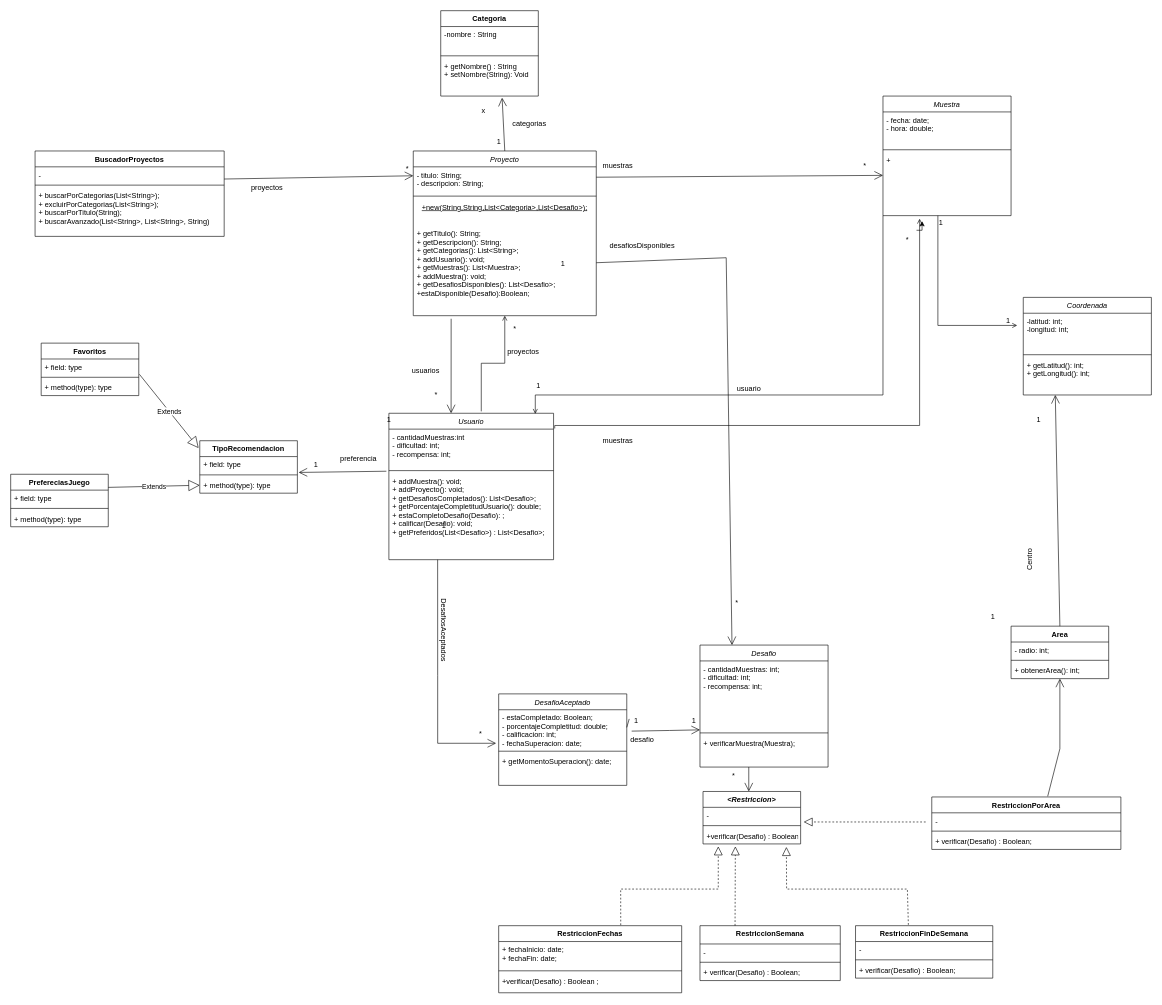
Above: Diagrama tp.drawio in EliasBaron/unqui-po2-tpFinal (draw.io), before the change. Source tidied: cells renumbered, new cells numbered last; positions are measured from the earlier drawing's top-left corner, leaving out a move shared by most shapes. Both pictures are drawn from the tidied source at 61%, with x=0, y=0 at pixel (10, 10).
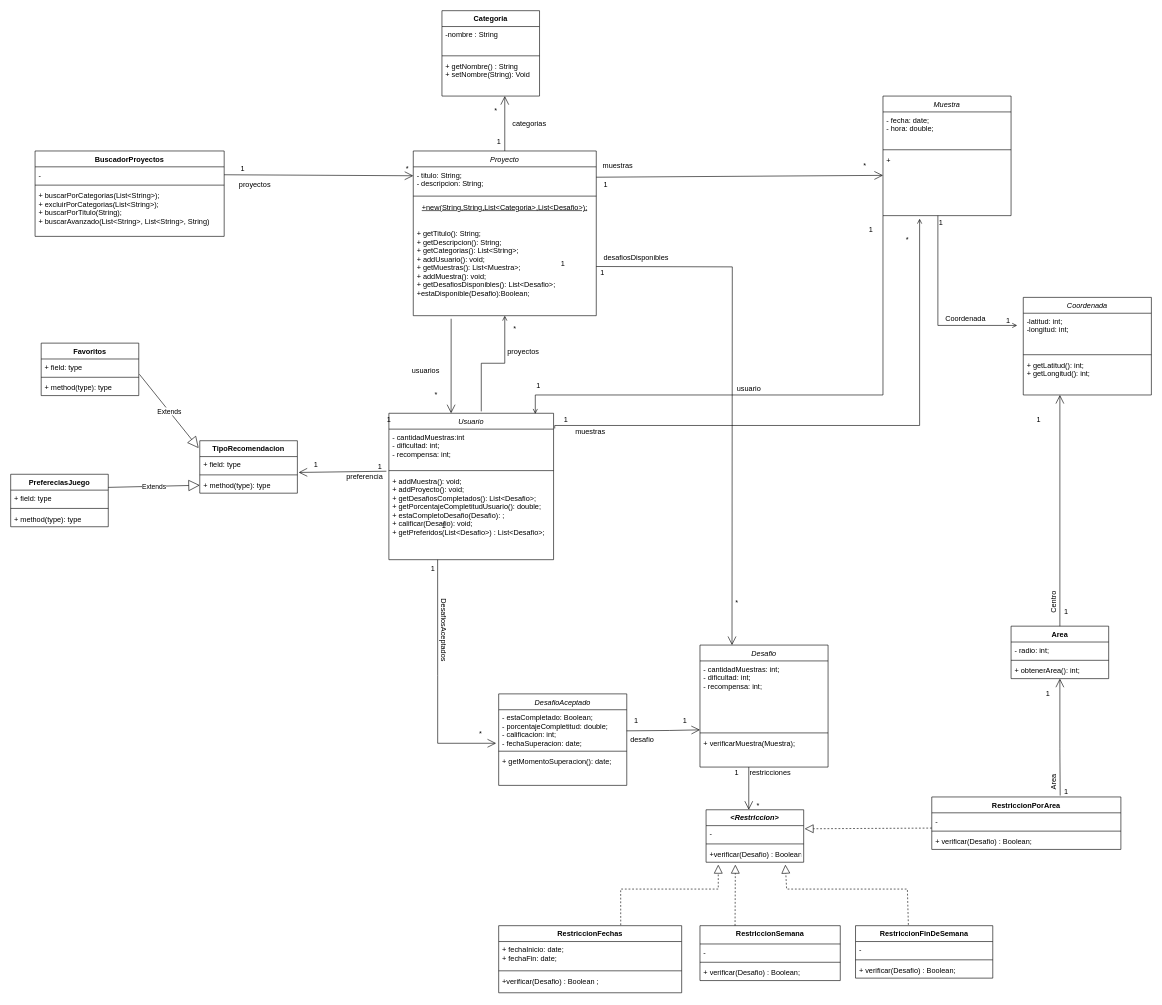
The same diagram, later.

The change refers to these unchanged cells:
```xml
<mxCell id="2" value="Proyecto" style="swimlane;fontStyle=2;align=center;verticalAlign=top;horizontal=1;startSize=26;rounded=0;shadow=0;strokeWidth=1;" parent="1" vertex="1">
  <mxGeometry x="660" y="230" width="300" height="270" as="geometry" />
</mxCell>
<mxCell id="3" value="- titulo: String;&#10;- descripcion: String;" style="text;align=left;verticalAlign=top;spacingLeft=4;spacingRight=4;overflow=hidden;points=[[0,0.5],[1,0.5]];portConstraint=eastwest;" parent="2" vertex="1">
  <mxGeometry y="26" width="300" height="44" as="geometry" />
</mxCell>
<mxCell id="6" value="&#10;+ getTitulo(): String;&#10;+ getDescripcion(): String;&#10;+ getCategorias(): List&lt;String&gt;;&#10;+ addUsuario(): void;&#10;+ getMuestras(): List&lt;Muestra&gt;;&#10;+ addMuestra(): void;&#10;+ getDesafiosDisponibles(): List&lt;Desafio&gt;;&#10;+estaDisponible(Desafio):Boolean;" style="text;align=left;verticalAlign=top;spacingLeft=4;spacingRight=4;overflow=hidden;points=[[0,0.5],[1,0.5]];portConstraint=eastwest;" parent="2" vertex="1">
  <mxGeometry y="108" width="300" height="162" as="geometry" />
</mxCell>
<mxCell id="10" value="+" style="text;align=left;verticalAlign=top;spacingLeft=4;spacingRight=4;overflow=hidden;points=[[0,0.5],[1,0.5]];portConstraint=eastwest;" parent="7" vertex="1">
  <mxGeometry y="92" width="210" height="104" as="geometry" />
</mxCell>
<mxCell id="15" value="Desafio" style="swimlane;fontStyle=2;align=center;verticalAlign=top;horizontal=1;startSize=26;rounded=0;shadow=0;strokeWidth=1;" parent="1" vertex="1">
  <mxGeometry x="1130" y="1040" width="210" height="200" as="geometry" />
</mxCell>
<mxCell id="16" value="- cantidadMuestras: int;&#10;- dificultad: int;&#10;- recompensa: int;" style="text;align=left;verticalAlign=top;spacingLeft=4;spacingRight=4;overflow=hidden;points=[[0,0.5],[1,0.5]];portConstraint=eastwest;" parent="15" vertex="1">
  <mxGeometry y="26" width="210" height="114" as="geometry" />
</mxCell>
<mxCell id="25" value="Coordenada" style="swimlane;fontStyle=2;align=center;verticalAlign=top;horizontal=1;startSize=26;rounded=0;shadow=0;strokeWidth=1;" parent="1" vertex="1">
  <mxGeometry x="1660" y="470" width="210" height="160" as="geometry" />
</mxCell>
<mxCell id="33" value="- estaCompletado: Boolean;&#10;- porcentajeCompletitud: double;&#10;- calificacion: int;&#10;- fechaSuperacion: date;" style="text;align=left;verticalAlign=top;spacingLeft=4;spacingRight=4;overflow=hidden;points=[[0,0.5],[1,0.5]];portConstraint=eastwest;" parent="32" vertex="1">
  <mxGeometry y="26" width="210" height="64" as="geometry" />
</mxCell>
<mxCell id="47" value="desafio" style="text;html=1;align=center;verticalAlign=middle;points=[];strokeColor=none;fillColor=none;" parent="1" vertex="1">
  <mxGeometry x="1005" y="1180" width="60" height="30" as="geometry" />
</mxCell>
<mxCell id="48" value="Area" style="swimlane;fontStyle=1;align=center;verticalAlign=top;horizontal=1;startSize=26;" parent="1" vertex="1">
  <mxGeometry x="1640" y="1009" width="160" height="86" as="geometry" />
</mxCell>
<mxCell id="56" value="RestriccionFechas" style="swimlane;fontStyle=1;align=center;verticalAlign=top;horizontal=1;startSize=26;" parent="1" vertex="1">
  <mxGeometry x="800" y="1500" width="300" height="110" as="geometry" />
</mxCell>
<mxCell id="62" value="-" style="text;strokeColor=none;fillColor=none;align=left;verticalAlign=top;spacingLeft=4;spacingRight=4;overflow=hidden;points=[[0,0.5],[1,0.5]];portConstraint=eastwest;" parent="61" vertex="1">
  <mxGeometry y="26" width="310" height="26" as="geometry" />
</mxCell>
<mxCell id="89" value="+ getNombre() : String&#10;+ setNombre(String): Void" style="text;strokeColor=none;fillColor=none;align=left;verticalAlign=top;spacingLeft=4;spacingRight=4;overflow=hidden;points=[[0,0.5],[1,0.5]];portConstraint=eastwest;" parent="86" vertex="1">
  <mxGeometry y="78" width="160" height="62" as="geometry" />
</mxCell>
<mxCell id="95" value="-" style="text;strokeColor=none;fillColor=none;align=left;verticalAlign=top;spacingLeft=4;spacingRight=4;overflow=hidden;points=[[0,0.5],[1,0.5]];portConstraint=eastwest;" parent="94" vertex="1">
  <mxGeometry y="26" width="160" height="26" as="geometry" />
</mxCell>
<mxCell id="97" value="+verificar(Desafio) : Boolean;" style="text;strokeColor=none;fillColor=none;align=left;verticalAlign=top;spacingLeft=4;spacingRight=4;overflow=hidden;points=[[0,0.5],[1,0.5]];portConstraint=eastwest;" parent="94" vertex="1">
  <mxGeometry y="60" width="160" height="26" as="geometry" />
</mxCell>
<mxCell id="100" value="RestriccionPorArea" style="swimlane;fontStyle=1;align=center;verticalAlign=top;horizontal=1;startSize=26;" parent="1" vertex="1">
  <mxGeometry x="1510" y="1289" width="310" height="86" as="geometry" />
</mxCell>
<mxCell id="104" value="RestriccionSemana" style="swimlane;fontStyle=1;align=center;verticalAlign=top;horizontal=1;startSize=30;" parent="1" vertex="1">
  <mxGeometry x="1130" y="1500" width="230" height="90" as="geometry" />
</mxCell>
<mxCell id="109" value="RestriccionFinDeSemana" style="swimlane;fontStyle=1;align=center;verticalAlign=top;horizontal=1;startSize=26;" parent="1" vertex="1">
  <mxGeometry x="1385" y="1500" width="225" height="86" as="geometry" />
</mxCell>
<mxCell id="121" value="1" style="text;html=1;align=center;verticalAlign=middle;points=[];strokeColor=none;fillColor=none;" parent="1" vertex="1">
  <mxGeometry x="1010" y="1150" width="30" height="30" as="geometry" />
</mxCell>
<mxCell id="126" value="*" style="text;html=1;strokeColor=none;fillColor=none;align=center;verticalAlign=middle;whiteSpace=wrap;rounded=0;" parent="1" vertex="1">
  <mxGeometry x="1440" y="360" width="60" height="30" as="geometry" />
</mxCell>
```

The edit, as a diff of the source:
```diff
@@
-    <mxCell id="40" style="endArrow=open;endFill=1;endSize=12;html=1;rounded=0;exitX=0.217;exitY=0.035;exitDx=0;exitDy=0;exitPerimeter=0;entryX=0;entryY=0.991;entryDx=0;entryDy=0;entryPerimeter=0;startArrow=none;" parent="1" edge="1" source="47" target="16">
+    <mxCell id="40" style="endArrow=open;endFill=1;endSize=12;html=1;rounded=0;exitX=-0.007;exitY=1.02;exitDx=0;exitDy=0;exitPerimeter=0;entryX=0;entryY=0.991;entryDx=0;entryDy=0;entryPerimeter=0;startArrow=none;" parent="1" edge="1" source="121" target="16">
       <mxGeometry relative="1" as="geometry">
         <Array as="points">
           <mxPoint x="1080" y="1180" />
         </Array>
       </mxGeometry>
     </mxCell>
     <mxCell id="41" value="1" style="text;html=1;align=center;verticalAlign=middle;strokeColor=none;fillColor=none;" parent="1" vertex="1">
-      <mxGeometry x="1105" y="1150" width="30" height="30" as="geometry" />
+      <mxGeometry x="1090" y="1150" width="30" height="30" as="geometry" />
     </mxCell>
@@
     <mxCell id="44" value="muestras" style="text;html=1;align=center;verticalAlign=middle;strokeColor=none;fillColor=none;" parent="1" vertex="1">
-      <mxGeometry x="960" y="690" width="70" height="30" as="geometry" />
+      <mxGeometry x="915" y="675" width="70" height="30" as="geometry" />
     </mxCell>
@@
-    <mxCell id="52" style="endArrow=open;endFill=1;endSize=12;html=1;rounded=0;entryX=0.25;entryY=1;entryDx=0;entryDy=0;exitX=0.5;exitY=0;exitDx=0;exitDy=0;" parent="1" edge="1" source="48" target="25">
-      <mxGeometry relative="1" as="geometry" />
+    <mxCell id="52" style="endArrow=open;endFill=1;endSize=12;html=1;rounded=0;exitX=0.5;exitY=0;exitDx=0;exitDy=0;" parent="1" edge="1" source="48">
+      <mxGeometry relative="1" as="geometry">
+        <mxPoint x="1720" y="630" as="targetPoint" />
+      </mxGeometry>
     </mxCell>
     <mxCell id="53" value="1" style="text;html=1;align=center;verticalAlign=middle;strokeColor=none;fillColor=none;" parent="1" vertex="1">
-      <mxGeometry x="1595" y="979" width="30" height="30" as="geometry" />
+      <mxGeometry x="1715" y="970" width="30" height="30" as="geometry" />
     </mxCell>
@@
     <mxCell id="55" value="Centro" style="text;html=1;align=center;verticalAlign=middle;strokeColor=none;fillColor=none;rotation=270;" parent="1" vertex="1">
-      <mxGeometry x="1640" y="885" width="60" height="30" as="geometry" />
+      <mxGeometry x="1680" y="955" width="60" height="30" as="geometry" />
     </mxCell>
@@
     <mxCell id="60" value="*" style="text;html=1;align=center;verticalAlign=middle;strokeColor=none;fillColor=none;" parent="1" vertex="1">
-      <mxGeometry x="1170" y="1240" width="30" height="30" as="geometry" />
+      <mxGeometry x="1210" y="1289" width="30" height="30" as="geometry" />
     </mxCell>
@@
-    <mxCell id="65" style="endArrow=open;endFill=1;endSize=12;html=1;rounded=0;entryX=0;entryY=0.333;entryDx=0;entryDy=0;entryPerimeter=0;exitX=1;exitY=0.769;exitDx=0;exitDy=0;exitPerimeter=0;" parent="1" edge="1" source="62" target="3">
+    <mxCell id="65" style="endArrow=open;endFill=1;endSize=12;html=1;rounded=0;entryX=0;entryY=0.333;entryDx=0;entryDy=0;entryPerimeter=0;exitX=1;exitY=0.5;exitDx=0;exitDy=0;" parent="1" edge="1" source="62" target="3">
       <mxGeometry relative="1" as="geometry" />
     </mxCell>
@@
     <mxCell id="67" value="proyectos" style="text;html=1;align=center;verticalAlign=middle;strokeColor=none;fillColor=none;" parent="1" vertex="1">
-      <mxGeometry x="380" y="275" width="80" height="30" as="geometry" />
+      <mxGeometry x="360" y="270" width="80" height="30" as="geometry" />
     </mxCell>
@@
     <mxCell id="85" value="preferencia" style="text;html=1;align=center;verticalAlign=middle;strokeColor=none;fillColor=none;" parent="1" vertex="1">
-      <mxGeometry x="530" y="720" width="80" height="30" as="geometry" />
+      <mxGeometry x="540" y="750" width="80" height="30" as="geometry" />
     </mxCell>
     <mxCell id="86" value="Categoria" style="swimlane;fontStyle=1;align=center;verticalAlign=top;horizontal=1;startSize=26;" parent="1" vertex="1">
-      <mxGeometry x="705" width="160" height="140" as="geometry" />
+      <mxGeometry x="707" width="160" height="140" as="geometry" />
     </mxCell>
@@
-    <mxCell id="90" style="endArrow=open;endFill=1;endSize=12;html=1;rounded=0;exitX=0.5;exitY=0;exitDx=0;exitDy=0;entryX=0.629;entryY=1.043;entryDx=0;entryDy=0;entryPerimeter=0;" parent="1" edge="1" source="2" target="89">
-      <mxGeometry relative="1" as="geometry" />
+    <mxCell id="90" style="endArrow=open;endFill=1;endSize=12;html=1;rounded=0;exitX=0.5;exitY=0;exitDx=0;exitDy=0;" parent="1" edge="1" source="2">
+      <mxGeometry relative="1" as="geometry">
+        <mxPoint x="810" y="140" as="targetPoint" />
+      </mxGeometry>
     </mxCell>
-    <mxCell id="91" value="x" style="text;html=1;align=center;verticalAlign=middle;strokeColor=none;fillColor=none;" parent="1" vertex="1">
-      <mxGeometry x="760" y="150" width="30" height="30" as="geometry" />
+    <mxCell id="91" value="*" style="text;html=1;align=center;verticalAlign=middle;strokeColor=none;fillColor=none;" parent="1" vertex="1">
+      <mxGeometry x="780" y="150" width="30" height="30" as="geometry" />
     </mxCell>
@@
     <mxCell id="94" value="&lt;Restriccion&gt;" style="swimlane;fontStyle=3;align=center;verticalAlign=top;horizontal=1;startSize=26;" parent="1" vertex="1">
-      <mxGeometry x="1135" y="1280" width="160" height="86" as="geometry" />
+      <mxGeometry x="1140" y="1310" width="160" height="86" as="geometry" />
     </mxCell>
@@
     <mxCell id="98" style="endArrow=block;dashed=1;endFill=0;endSize=12;html=1;rounded=0;exitX=0.667;exitY=-0.008;exitDx=0;exitDy=0;exitPerimeter=0;" parent="1" edge="1" source="56">
       <mxGeometry relative="1" as="geometry">
-        <mxPoint x="1160" y="1370" as="targetPoint" />
+        <mxPoint x="1160" y="1400" as="targetPoint" />
         <Array as="points">
           <mxPoint x="1000" y="1440" />
           <mxPoint x="1160" y="1440" />
+          <mxPoint x="1160" y="1400" />
         </Array>
       </mxGeometry>
     </mxCell>
     <mxCell id="99" style="endArrow=open;endFill=1;endSize=12;html=1;rounded=0;" parent="1" edge="1">
       <mxGeometry relative="1" as="geometry">
         <mxPoint x="1210" y="1240" as="sourcePoint" />
-        <mxPoint x="1210" y="1280" as="targetPoint" />
+        <mxPoint x="1210" y="1310" as="targetPoint" />
       </mxGeometry>
     </mxCell>
@@
     <mxCell id="108" style="endArrow=block;dashed=1;endFill=0;endSize=12;html=1;rounded=0;exitX=0.25;exitY=0;exitDx=0;exitDy=0;" parent="1" edge="1" source="104">
       <mxGeometry relative="1" as="geometry">
-        <mxPoint x="1188" y="1370" as="targetPoint" />
+        <mxPoint x="1188" y="1400" as="targetPoint" />
       </mxGeometry>
     </mxCell>
@@
-    <mxCell id="113" style="endArrow=block;dashed=1;endFill=0;endSize=12;html=1;rounded=0;entryX=0.854;entryY=1.192;entryDx=0;entryDy=0;entryPerimeter=0;exitX=0.385;exitY=-0.016;exitDx=0;exitDy=0;exitPerimeter=0;" parent="1" edge="1" source="109" target="97">
+    <mxCell id="113" style="endArrow=block;dashed=1;endFill=0;endSize=12;html=1;rounded=0;exitX=0.385;exitY=-0.016;exitDx=0;exitDy=0;exitPerimeter=0;" parent="1" edge="1" source="109">
       <mxGeometry relative="1" as="geometry">
+        <mxPoint x="1270" y="1400" as="targetPoint" />
         <Array as="points">
           <mxPoint x="1470" y="1440" />
           <mxPoint x="1272" y="1440" />
         </Array>
       </mxGeometry>
     </mxCell>
-    <mxCell id="114" style="endArrow=block;dashed=1;endFill=0;endSize=12;html=1;rounded=0;" parent="1" edge="1">
+    <mxCell id="114" style="endArrow=block;dashed=1;endFill=0;endSize=12;html=1;rounded=0;entryX=1.01;entryY=0.199;entryDx=0;entryDy=0;entryPerimeter=0;" parent="1" edge="1" target="95">
       <mxGeometry relative="1" as="geometry">
-        <mxPoint x="1500" y="1330" as="sourcePoint" />
-        <mxPoint x="1300" y="1330" as="targetPoint" />
+        <mxPoint x="1510" y="1340" as="sourcePoint" />
       </mxGeometry>
     </mxCell>
-    <mxCell id="115" style="endArrow=open;endFill=1;endSize=12;html=1;rounded=0;entryX=0.5;entryY=1;entryDx=0;entryDy=0;exitX=0.613;exitY=-0.012;exitDx=0;exitDy=0;exitPerimeter=0;" parent="1" edge="1" source="100" target="48">
+    <mxCell id="115" style="endArrow=open;endFill=1;endSize=12;html=1;rounded=0;entryX=0.5;entryY=1;entryDx=0;entryDy=0;exitX=0.679;exitY=-0.027;exitDx=0;exitDy=0;exitPerimeter=0;" parent="1" edge="1" source="100" target="48">
       <mxGeometry relative="1" as="geometry">
         <Array as="points">
           <mxPoint x="1720" y="1210" />
         </Array>
       </mxGeometry>
     </mxCell>
     <mxCell id="116" style="endArrow=open;endFill=1;endSize=12;html=1;rounded=0;entryX=0.25;entryY=0;entryDx=0;entryDy=0;" parent="1" edge="1" source="6" target="15">
       <mxGeometry relative="1" as="geometry">
         <Array as="points">
-          <mxPoint x="1173" y="405" />
+          <mxPoint x="1183" y="420" />
         </Array>
       </mxGeometry>
     </mxCell>
@@
     <mxCell id="119" value="desafiosDisponibles" style="text;html=1;align=center;verticalAlign=middle;strokeColor=none;fillColor=none;" parent="1" vertex="1">
-      <mxGeometry x="970" y="370" width="130" height="30" as="geometry" />
+      <mxGeometry x="960" y="390" width="130" height="30" as="geometry" />
     </mxCell>
@@
-    <mxCell id="122" style="endArrow=none;endFill=1;endSize=12;html=1;rounded=0;exitX=1.019;exitY=0.235;exitDx=0;exitDy=0;exitPerimeter=0;entryX=0;entryY=0.833;entryDx=0;entryDy=0;entryPerimeter=0;" parent="1" edge="1" source="33" target="121">
-      <mxGeometry relative="1" as="geometry" />
-    </mxCell>
@@
-    <mxCell id="125" style="edgeStyle=orthogonalEdgeStyle;rounded=0;jettySize=auto;html=1;exitX=0.75;exitY=0;exitDx=0;exitDy=0;entryX=0.305;entryY=1.087;entryDx=0;entryDy=0;entryPerimeter=0;" parent="1" edge="1" source="126" target="10">
-      <mxGeometry relative="1" as="geometry" />
-    </mxCell>
@@
+    <mxCell id="127" value="1" style="text;html=1;align=center;verticalAlign=middle;strokeColor=none;fillColor=none;" parent="1" vertex="1">
+      <mxGeometry x="955" y="415" width="30" height="30" as="geometry" />
+    </mxCell>
+    <mxCell id="128" value="1" style="text;html=1;align=center;verticalAlign=middle;strokeColor=none;fillColor=none;" parent="1" vertex="1">
+      <mxGeometry x="895" y="655" width="30" height="30" as="geometry" />
+    </mxCell>
+    <mxCell id="129" value="1" style="text;html=1;align=center;verticalAlign=middle;strokeColor=none;fillColor=none;" parent="1" vertex="1">
+      <mxGeometry x="1395" y="345" width="30" height="30" as="geometry" />
+    </mxCell>
+    <mxCell id="130" value="1" style="text;html=1;align=center;verticalAlign=middle;strokeColor=none;fillColor=none;" parent="1" vertex="1">
+      <mxGeometry x="960" y="270" width="30" height="30" as="geometry" />
+    </mxCell>
+    <mxCell id="131" value="1" style="text;html=1;align=center;verticalAlign=middle;strokeColor=none;fillColor=none;" parent="1" vertex="1">
+      <mxGeometry x="365" y="245" width="30" height="30" as="geometry" />
+    </mxCell>
+    <mxCell id="132" value="1" style="text;html=1;align=center;verticalAlign=middle;strokeColor=none;fillColor=none;" parent="1" vertex="1">
+      <mxGeometry x="590" y="733" width="30" height="30" as="geometry" />
+    </mxCell>
+    <mxCell id="133" value="1" style="text;html=1;align=center;verticalAlign=middle;strokeColor=none;fillColor=none;" parent="1" vertex="1">
+      <mxGeometry x="677" y="900" width="30" height="30" as="geometry" />
+    </mxCell>
+    <mxCell id="134" value="1" style="text;html=1;align=center;verticalAlign=middle;strokeColor=none;fillColor=none;" parent="1" vertex="1">
+      <mxGeometry x="1175" y="1235" width="30" height="30" as="geometry" />
+    </mxCell>
+    <mxCell id="135" value="restricciones" style="text;html=1;align=center;verticalAlign=middle;strokeColor=none;fillColor=none;" parent="1" vertex="1">
+      <mxGeometry x="1200" y="1235" width="90" height="30" as="geometry" />
+    </mxCell>
+    <mxCell id="136" value="1" style="text;html=1;align=center;verticalAlign=middle;strokeColor=none;fillColor=none;" parent="1" vertex="1">
+      <mxGeometry x="1715" y="1265" width="30" height="30" as="geometry" />
+    </mxCell>
+    <mxCell id="137" value="1" style="text;html=1;align=center;verticalAlign=middle;strokeColor=none;fillColor=none;" parent="1" vertex="1">
+      <mxGeometry x="1685" y="1105" width="30" height="30" as="geometry" />
+    </mxCell>
+    <mxCell id="138" value="Area" style="text;html=1;align=center;verticalAlign=middle;strokeColor=none;fillColor=none;rotation=-90;flipV=1;flipH=1;" parent="1" vertex="1">
+      <mxGeometry x="1685" y="1250" width="50" height="30" as="geometry" />
+    </mxCell>
+    <mxCell id="139" value="Coordenada" style="text;html=1;align=center;verticalAlign=middle;strokeColor=none;fillColor=none;" parent="1" vertex="1">
+      <mxGeometry x="1520" y="490" width="90" height="30" as="geometry" />
+    </mxCell>
```
